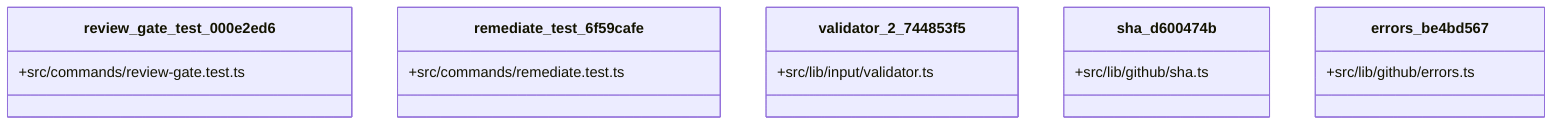
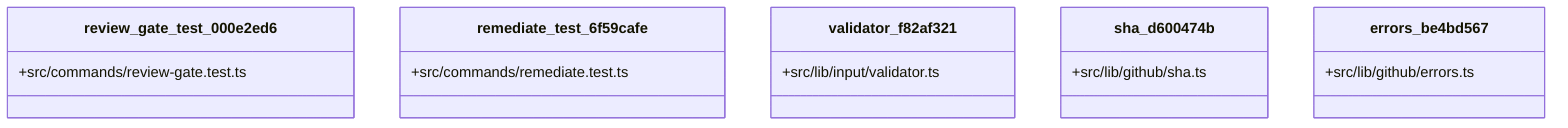
classDiagram
  class review_gate_test_000e2ed6 {
    +src/commands/review-gate.test.ts
  }
  class remediate_test_6f59cafe {
    +src/commands/remediate.test.ts
  }
-   class validator_2_744853f5 {
+   class validator_f82af321 {
    +src/lib/input/validator.ts
  }
  class sha_d600474b {
    +src/lib/github/sha.ts
  }
  class errors_be4bd567 {
    +src/lib/github/errors.ts
  }